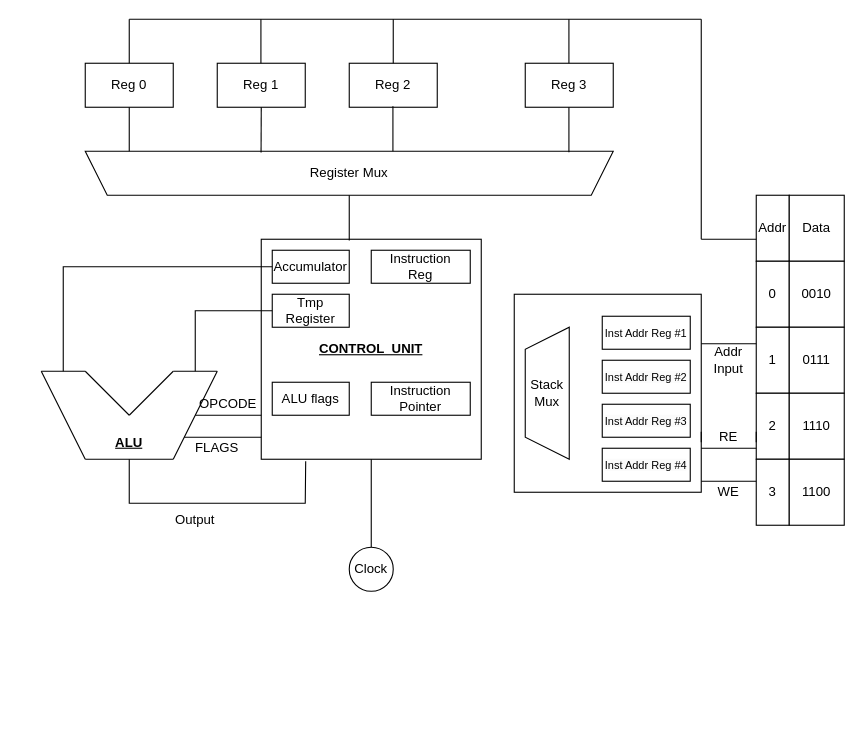
Before: Untitled Diagram.drawio in raghunadh-111/nibbler-cpu-sv, a draw.io diagram. Source tidied: cells renumbered, new cells numbered last; positions are measured from the earlier drawing's top-left corner, leaving out a move shared by most shapes. Both pictures are drawn from the tidied source at 110%, with x=0, y=0 at pixel (41, 19).
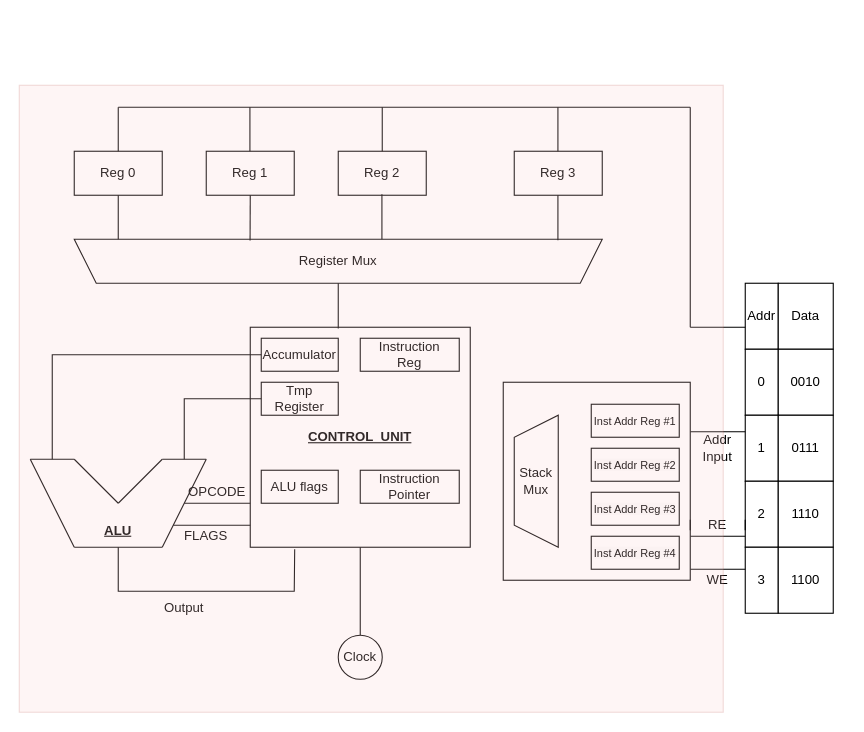
Above is the later version.

Unchanged cells that the change refers to:
```xml
<mxCell id="44" style="rounded=0;whiteSpace=wrap;html=1;" parent="43" vertex="1">
  <mxGeometry x="-10" y="-20" width="170" height="180" as="geometry" />
</mxCell>
```

Change to the diagram source:
```diff
@@
+    <mxCell id="68" style="group;" parent="1" vertex="1">
+      <mxGeometry x="-10" y="80" width="730" height="530" as="geometry" />
+    </mxCell>
+    <mxCell id="18" value="Addr" style="rounded=0;whiteSpace=wrap;html=1;" parent="68" vertex="1">
+      <mxGeometry x="650" y="160" width="30" height="60" as="geometry" />
+    </mxCell>
+    <mxCell id="19" value="Data" style="rounded=0;whiteSpace=wrap;html=1;" parent="68" vertex="1">
+      <mxGeometry x="680" y="160" width="50" height="60" as="geometry" />
+    </mxCell>
+    <mxCell id="20" value="0" style="rounded=0;whiteSpace=wrap;html=1;" parent="68" vertex="1">
+      <mxGeometry x="650" y="220" width="30" height="60" as="geometry" />
+    </mxCell>
+    <mxCell id="21" value="0010" style="rounded=0;whiteSpace=wrap;html=1;" parent="68" vertex="1">
+      <mxGeometry x="680" y="220" width="50" height="60" as="geometry" />
+    </mxCell>
+    <mxCell id="22" value="1" style="rounded=0;whiteSpace=wrap;html=1;" parent="68" vertex="1">
+      <mxGeometry x="650" y="280" width="30" height="60" as="geometry" />
+    </mxCell>
+    <mxCell id="23" value="0111" style="rounded=0;whiteSpace=wrap;html=1;" parent="68" vertex="1">
+      <mxGeometry x="680" y="280" width="50" height="60" as="geometry" />
+    </mxCell>
+    <mxCell id="24" value="2" style="rounded=0;whiteSpace=wrap;html=1;" parent="68" vertex="1">
+      <mxGeometry x="650" y="340" width="30" height="60" as="geometry" />
+    </mxCell>
+    <mxCell id="25" value="1110" style="rounded=0;whiteSpace=wrap;html=1;" parent="68" vertex="1">
+      <mxGeometry x="680" y="340" width="50" height="60" as="geometry" />
+    </mxCell>
+    <mxCell id="26" value="3" style="rounded=0;whiteSpace=wrap;html=1;" parent="68" vertex="1">
+      <mxGeometry x="650" y="400" width="30" height="60" as="geometry" />
+    </mxCell>
+    <mxCell id="27" value="1100" style="rounded=0;whiteSpace=wrap;html=1;" parent="68" vertex="1">
+      <mxGeometry x="680" y="400" width="50" height="60" as="geometry" />
+    </mxCell>
+    <mxCell id="50" style="endArrow=none;html=1;rounded=0;exitX=1;exitY=0.25;exitDx=0;exitDy=0;entryX=0;entryY=0.25;entryDx=0;entryDy=0;" parent="68" edge="1" source="44" target="22">
+      <mxGeometry relative="1" as="geometry" />
+    </mxCell>
+    <mxCell id="51" style="endArrow=none;html=1;rounded=0;exitX=1;exitY=0.25;exitDx=0;exitDy=0;entryX=0;entryY=0.25;entryDx=0;entryDy=0;" parent="68" edge="1">
+      <mxGeometry relative="1" as="geometry">
+        <mxPoint x="600" y="420" as="sourcePoint" />
+        <mxPoint x="650" y="420" as="targetPoint" />
+      </mxGeometry>
+    </mxCell>
+    <mxCell id="52" style="endArrow=none;html=1;rounded=0;exitX=1;exitY=0.25;exitDx=0;exitDy=0;entryX=0;entryY=0.25;entryDx=0;entryDy=0;" parent="68" edge="1" source="55">
+      <mxGeometry relative="1" as="geometry">
+        <mxPoint x="650" y="384.6" as="targetPoint" />
+      </mxGeometry>
+    </mxCell>
+    <mxCell id="53" value="WE" style="text;html=1;align=center;verticalAlign=middle;whiteSpace=wrap;rounded=0;" parent="68" vertex="1">
+      <mxGeometry x="605" y="420" width="40" height="20" as="geometry" />
+    </mxCell>
+    <mxCell id="55" value="RE" style="text;html=1;align=center;verticalAlign=middle;whiteSpace=wrap;rounded=0;" parent="68" vertex="1">
+      <mxGeometry x="600" y="370" width="50" height="20" as="geometry" />
+    </mxCell>
+    <mxCell id="56" style="endArrow=none;html=1;rounded=0;exitX=1;exitY=0.25;exitDx=0;exitDy=0;entryX=0;entryY=0.25;entryDx=0;entryDy=0;" parent="68" edge="1">
+      <mxGeometry relative="1" as="geometry">
+        <mxPoint x="600" y="390" as="sourcePoint" />
+        <mxPoint x="650" y="390" as="targetPoint" />
+      </mxGeometry>
+    </mxCell>
+    <mxCell id="57" value="Addr Input" style="text;html=1;align=center;verticalAlign=middle;whiteSpace=wrap;rounded=0;" parent="68" vertex="1">
+      <mxGeometry x="600" y="300" width="50" height="20" as="geometry" />
+    </mxCell>
+    <mxCell id="60" style="endArrow=none;html=1;rounded=0;" parent="68" edge="1">
+      <mxGeometry relative="1" as="geometry">
+        <mxPoint x="600" y="200" as="sourcePoint" />
+        <mxPoint x="650" y="200" as="targetPoint" />
+      </mxGeometry>
+    </mxCell>
+    <mxCell id="69" style="group;" parent="68" vertex="1">
+      <mxGeometry width="640" height="530" as="geometry" />
+    </mxCell>
-    <mxCell id="2" value="Reg 0" style="rounded=0;whiteSpace=wrap;html=1;" parent="1" vertex="1">
+    <mxCell id="2" value="Reg 0" style="rounded=0;whiteSpace=wrap;html=1;" parent="69" vertex="1">
       <mxGeometry x="40" y="40" width="80" height="40" as="geometry" />
     </mxCell>
-    <mxCell id="3" value="Reg 1" style="rounded=0;whiteSpace=wrap;html=1;" parent="1" vertex="1">
+    <mxCell id="3" value="Reg 1" style="rounded=0;whiteSpace=wrap;html=1;" parent="69" vertex="1">
       <mxGeometry x="160" y="40" width="80" height="40" as="geometry" />
     </mxCell>
-    <mxCell id="4" value="Reg 2" style="rounded=0;whiteSpace=wrap;html=1;" parent="1" vertex="1">
+    <mxCell id="4" value="Reg 2" style="rounded=0;whiteSpace=wrap;html=1;" parent="69" vertex="1">
       <mxGeometry x="280" y="40" width="80" height="40" as="geometry" />
     </mxCell>
-    <mxCell id="5" value="Reg 3" style="rounded=0;whiteSpace=wrap;html=1;" parent="1" vertex="1">
+    <mxCell id="5" value="Reg 3" style="rounded=0;whiteSpace=wrap;html=1;" parent="69" vertex="1">
       <mxGeometry x="440" y="40" width="80" height="40" as="geometry" />
     </mxCell>
-    <mxCell id="6" value="Register Mux" style="shape=trapezoid;perimeter=trapezoidPerimeter;whiteSpace=wrap;html=1;fixedSize=1;direction=west;" parent="1" vertex="1">
+    <mxCell id="6" value="Register Mux" style="shape=trapezoid;perimeter=trapezoidPerimeter;whiteSpace=wrap;html=1;fixedSize=1;direction=west;" parent="69" vertex="1">
       <mxGeometry x="40" y="120" width="480" height="40" as="geometry" />
     </mxCell>
-    <mxCell id="7" style="endArrow=none;html=1;rounded=0;entryX=0.5;entryY=1;entryDx=0;entryDy=0;" parent="1" edge="1" target="2">
+    <mxCell id="7" style="endArrow=none;html=1;rounded=0;entryX=0.5;entryY=1;entryDx=0;entryDy=0;" parent="69" edge="1" target="2">
       <mxGeometry relative="1" as="geometry">
         <mxPoint x="80" y="120" as="sourcePoint" />
       </mxGeometry>
     </mxCell>
-    <mxCell id="8" style="endArrow=none;html=1;rounded=0;exitX=0.667;exitY=0.972;exitDx=0;exitDy=0;exitPerimeter=0;" parent="1" edge="1" source="6">
+    <mxCell id="8" style="endArrow=none;html=1;rounded=0;exitX=0.667;exitY=0.972;exitDx=0;exitDy=0;exitPerimeter=0;" parent="69" edge="1" source="6">
       <mxGeometry relative="1" as="geometry">
         <mxPoint x="200" y="80" as="targetPoint" />
       </mxGeometry>
     </mxCell>
-    <mxCell id="9" style="endArrow=none;html=1;rounded=0;exitX=0.667;exitY=0.972;exitDx=0;exitDy=0;exitPerimeter=0;" parent="1" edge="1">
+    <mxCell id="9" style="endArrow=none;html=1;rounded=0;exitX=0.667;exitY=0.972;exitDx=0;exitDy=0;exitPerimeter=0;" parent="69" edge="1">
       <mxGeometry relative="1" as="geometry">
         <mxPoint x="319.7" y="120" as="sourcePoint" />
         <mxPoint x="319.7" y="79" as="targetPoint" />
       </mxGeometry>
     </mxCell>
-    <mxCell id="10" style="endArrow=none;html=1;rounded=0;exitX=0.667;exitY=0.972;exitDx=0;exitDy=0;exitPerimeter=0;" parent="1" edge="1">
+    <mxCell id="10" style="endArrow=none;html=1;rounded=0;exitX=0.667;exitY=0.972;exitDx=0;exitDy=0;exitPerimeter=0;" parent="69" edge="1">
       <mxGeometry relative="1" as="geometry">
         <mxPoint x="479.7" y="121" as="sourcePoint" />
         <mxPoint x="479.7" y="80" as="targetPoint" />
       </mxGeometry>
     </mxCell>
-    <mxCell id="11" value="&lt;b&gt;&lt;u&gt;CONTROL&amp;nbsp; UNIT&lt;/u&gt;&lt;/b&gt;" style="whiteSpace=wrap;html=1;" parent="1" vertex="1">
+    <mxCell id="11" value="&lt;b&gt;&lt;u&gt;CONTROL&amp;nbsp; UNIT&lt;/u&gt;&lt;/b&gt;" style="whiteSpace=wrap;html=1;" parent="69" vertex="1">
       <mxGeometry x="200" y="200" width="200" height="200" as="geometry" />
     </mxCell>
-    <mxCell id="12" value="Accumulator" style="rounded=0;whiteSpace=wrap;html=1;" parent="1" vertex="1">
+    <mxCell id="12" value="Accumulator" style="rounded=0;whiteSpace=wrap;html=1;" parent="69" vertex="1">
       <mxGeometry x="210" y="210" width="70" height="30" as="geometry" />
     </mxCell>
-    <mxCell id="13" value="Tmp Register" style="rounded=0;whiteSpace=wrap;html=1;" parent="1" vertex="1">
+    <mxCell id="13" value="Tmp Register" style="rounded=0;whiteSpace=wrap;html=1;" parent="69" vertex="1">
       <mxGeometry x="210" y="250" width="70" height="30" as="geometry" />
     </mxCell>
-    <mxCell id="14" value="ALU flags" style="rounded=0;whiteSpace=wrap;html=1;" parent="1" vertex="1">
+    <mxCell id="14" value="ALU flags" style="rounded=0;whiteSpace=wrap;html=1;" parent="69" vertex="1">
       <mxGeometry x="210" y="330" width="70" height="30" as="geometry" />
     </mxCell>
-    <mxCell id="15" value="Instruction&lt;div&gt;Reg&lt;/div&gt;" style="rounded=0;whiteSpace=wrap;html=1;" parent="1" vertex="1">
+    <mxCell id="15" value="Instruction&lt;div&gt;Reg&lt;/div&gt;" style="rounded=0;whiteSpace=wrap;html=1;" parent="69" vertex="1">
       <mxGeometry x="300" y="210" width="90" height="30" as="geometry" />
     </mxCell>
-    <mxCell id="16" value="Instruction Pointer" style="rounded=0;whiteSpace=wrap;html=1;" parent="1" vertex="1">
+    <mxCell id="16" value="Instruction Pointer" style="rounded=0;whiteSpace=wrap;html=1;" parent="69" vertex="1">
       <mxGeometry x="300" y="330" width="90" height="30" as="geometry" />
     </mxCell>
-    <mxCell id="17" style="endArrow=none;html=1;rounded=0;exitX=0.2;exitY=0.006;exitDx=0;exitDy=0;exitPerimeter=0;" parent="1" edge="1">
+    <mxCell id="17" style="endArrow=none;html=1;rounded=0;exitX=0.2;exitY=0.006;exitDx=0;exitDy=0;exitPerimeter=0;" parent="69" edge="1">
       <mxGeometry relative="1" as="geometry">
         <mxPoint x="280" y="201.2" as="sourcePoint" />
         <mxPoint x="280" y="160" as="targetPoint" />
       </mxGeometry>
     </mxCell>
-    <mxCell id="18" value="Addr" style="rounded=0;whiteSpace=wrap;html=1;" parent="1" vertex="1">
-      <mxGeometry x="650" y="160" width="30" height="60" as="geometry" />
-    </mxCell>
-    <mxCell id="19" value="Data" style="rounded=0;whiteSpace=wrap;html=1;" parent="1" vertex="1">
-      <mxGeometry x="680" y="160" width="50" height="60" as="geometry" />
-    </mxCell>
-    <mxCell id="20" value="0" style="rounded=0;whiteSpace=wrap;html=1;" parent="1" vertex="1">
-      <mxGeometry x="650" y="220" width="30" height="60" as="geometry" />
-    </mxCell>
-    <mxCell id="21" value="0010" style="rounded=0;whiteSpace=wrap;html=1;" parent="1" vertex="1">
-      <mxGeometry x="680" y="220" width="50" height="60" as="geometry" />
-    </mxCell>
-    <mxCell id="22" value="1" style="rounded=0;whiteSpace=wrap;html=1;" parent="1" vertex="1">
-      <mxGeometry x="650" y="280" width="30" height="60" as="geometry" />
-    </mxCell>
-    <mxCell id="23" value="0111" style="rounded=0;whiteSpace=wrap;html=1;" parent="1" vertex="1">
-      <mxGeometry x="680" y="280" width="50" height="60" as="geometry" />
-    </mxCell>
-    <mxCell id="24" value="2" style="rounded=0;whiteSpace=wrap;html=1;" parent="1" vertex="1">
-      <mxGeometry x="650" y="340" width="30" height="60" as="geometry" />
-    </mxCell>
-    <mxCell id="25" value="1110" style="rounded=0;whiteSpace=wrap;html=1;" parent="1" vertex="1">
-      <mxGeometry x="680" y="340" width="50" height="60" as="geometry" />
-    </mxCell>
-    <mxCell id="26" value="3" style="rounded=0;whiteSpace=wrap;html=1;" parent="1" vertex="1">
-      <mxGeometry x="650" y="400" width="30" height="60" as="geometry" />
-    </mxCell>
-    <mxCell id="27" value="1100" style="rounded=0;whiteSpace=wrap;html=1;" parent="1" vertex="1">
-      <mxGeometry x="680" y="400" width="50" height="60" as="geometry" />
-    </mxCell>
-    <mxCell id="28" style="endArrow=none;html=1;rounded=0;" parent="1" edge="1">
+    <mxCell id="28" style="endArrow=none;html=1;rounded=0;" parent="69" edge="1">
       <mxGeometry relative="1" as="geometry">
         <mxPoint x="40" y="400" as="sourcePoint" />
         <mxPoint y="320" as="targetPoint" />
       </mxGeometry>
     </mxCell>
-    <mxCell id="29" style="endArrow=none;html=1;rounded=0;" parent="1" edge="1">
+    <mxCell id="29" style="endArrow=none;html=1;rounded=0;" parent="69" edge="1">
       <mxGeometry relative="1" as="geometry">
         <mxPoint x="120" y="400" as="sourcePoint" />
         <mxPoint x="160" y="320" as="targetPoint" />
       </mxGeometry>
     </mxCell>
-    <mxCell id="30" style="endArrow=none;html=1;rounded=0;" parent="1" edge="1">
+    <mxCell id="30" style="endArrow=none;html=1;rounded=0;" parent="69" edge="1">
       <mxGeometry relative="1" as="geometry">
         <mxPoint y="320" as="sourcePoint" />
         <mxPoint x="40" y="320" as="targetPoint" />
       </mxGeometry>
     </mxCell>
-    <mxCell id="31" style="endArrow=none;html=1;rounded=0;" parent="1" edge="1">
+    <mxCell id="31" style="endArrow=none;html=1;rounded=0;" parent="69" edge="1">
       <mxGeometry relative="1" as="geometry">
         <mxPoint x="40" y="400" as="sourcePoint" />
         <mxPoint x="120" y="400" as="targetPoint" />
       </mxGeometry>
     </mxCell>
-    <mxCell id="32" style="endArrow=none;html=1;rounded=0;" parent="1" edge="1">
+    <mxCell id="32" style="endArrow=none;html=1;rounded=0;" parent="69" edge="1">
       <mxGeometry relative="1" as="geometry">
         <mxPoint x="120" y="320" as="sourcePoint" />
         <mxPoint x="160" y="320" as="targetPoint" />
       </mxGeometry>
     </mxCell>
-    <mxCell id="33" style="endArrow=none;html=1;rounded=0;" parent="1" edge="1">
+    <mxCell id="33" style="endArrow=none;html=1;rounded=0;" parent="69" edge="1">
       <mxGeometry relative="1" as="geometry">
         <mxPoint x="80" y="360" as="sourcePoint" />
         <mxPoint x="40" y="320" as="targetPoint" />
       </mxGeometry>
     </mxCell>
-    <mxCell id="34" style="endArrow=none;html=1;rounded=0;" parent="1" edge="1">
+    <mxCell id="34" style="endArrow=none;html=1;rounded=0;" parent="69" edge="1">
       <mxGeometry relative="1" as="geometry">
         <mxPoint x="80" y="360" as="sourcePoint" />
         <mxPoint x="120" y="320" as="targetPoint" />
       </mxGeometry>
     </mxCell>
-    <mxCell id="35" value="&lt;b&gt;&lt;u&gt;ALU&lt;/u&gt;&lt;/b&gt;" style="text;html=1;align=center;verticalAlign=middle;whiteSpace=wrap;rounded=0;" parent="1" vertex="1">
+    <mxCell id="35" value="&lt;b&gt;&lt;u&gt;ALU&lt;/u&gt;&lt;/b&gt;" style="text;html=1;align=center;verticalAlign=middle;whiteSpace=wrap;rounded=0;" parent="69" vertex="1">
       <mxGeometry x="50" y="370" width="60" height="30" as="geometry" />
     </mxCell>
-    <mxCell id="36" value="Clock" style="ellipse;whiteSpace=wrap;html=1;" parent="1" vertex="1">
+    <mxCell id="36" value="Clock" style="ellipse;whiteSpace=wrap;html=1;" parent="69" vertex="1">
       <mxGeometry x="280" y="480" width="40" height="40" as="geometry" />
     </mxCell>
-    <mxCell id="37" style="endArrow=none;html=1;rounded=0;" parent="1" edge="1">
+    <mxCell id="37" style="endArrow=none;html=1;rounded=0;" parent="69" edge="1">
       <mxGeometry relative="1" as="geometry">
         <mxPoint x="130" y="380" as="sourcePoint" />
         <mxPoint x="200" y="380" as="targetPoint" />
       </mxGeometry>
     </mxCell>
-    <mxCell id="38" style="endArrow=none;html=1;rounded=0;" parent="1" edge="1">
+    <mxCell id="38" style="endArrow=none;html=1;rounded=0;" parent="69" edge="1">
       <mxGeometry relative="1" as="geometry">
         <mxPoint x="140" y="360" as="sourcePoint" />
         <mxPoint x="200" y="360" as="targetPoint" />
       </mxGeometry>
     </mxCell>
-    <mxCell id="39" style="endArrow=none;html=1;rounded=0;exitX=0.202;exitY=1.009;exitDx=0;exitDy=0;exitPerimeter=0;" parent="1" edge="1" source="11">
+    <mxCell id="39" style="endArrow=none;html=1;rounded=0;exitX=0.202;exitY=1.009;exitDx=0;exitDy=0;exitPerimeter=0;" parent="69" edge="1" source="11">
       <mxGeometry relative="1" as="geometry">
         <mxPoint x="80" y="400" as="targetPoint" />
         <Array as="points">
           <mxPoint x="240" y="440" />
           <mxPoint x="190" y="440" />
           <mxPoint x="80" y="440" />
         </Array>
       </mxGeometry>
     </mxCell>
-    <mxCell id="40" style="endArrow=none;html=1;rounded=0;entryX=0;entryY=0.5;entryDx=0;entryDy=0;" parent="1" edge="1" target="12">
+    <mxCell id="40" style="endArrow=none;html=1;rounded=0;entryX=0;entryY=0.5;entryDx=0;entryDy=0;" parent="69" edge="1" target="12">
       <mxGeometry relative="1" as="geometry">
         <mxPoint x="20" y="320" as="sourcePoint" />
         <Array as="points">
           <mxPoint x="20" y="225" />
         </Array>
       </mxGeometry>
     </mxCell>
-    <mxCell id="41" style="endArrow=none;html=1;rounded=0;entryX=0;entryY=0.5;entryDx=0;entryDy=0;" parent="1" edge="1" target="13">
+    <mxCell id="41" style="endArrow=none;html=1;rounded=0;entryX=0;entryY=0.5;entryDx=0;entryDy=0;" parent="69" edge="1" target="13">
       <mxGeometry relative="1" as="geometry">
         <mxPoint x="140" y="320" as="sourcePoint" />
         <Array as="points">
           <mxPoint x="140" y="265" />
         </Array>
       </mxGeometry>
     </mxCell>
-    <mxCell id="42" value="Output" style="text;html=1;align=center;verticalAlign=middle;whiteSpace=wrap;rounded=0;" parent="1" vertex="1">
+    <mxCell id="42" value="Output" style="text;html=1;align=center;verticalAlign=middle;whiteSpace=wrap;rounded=0;" parent="69" vertex="1">
       <mxGeometry x="110" y="440" width="60" height="30" as="geometry" />
     </mxCell>
-    <mxCell id="43" style="group;" parent="1" vertex="1">
-      <mxGeometry x="440" y="270" width="160" height="160" as="geometry" />
+    <mxCell id="43" style="group;" parent="69" vertex="1">
+      <mxGeometry x="440" y="270" width="200" height="260" as="geometry" />
     </mxCell>
@@
-    <mxCell id="50" style="endArrow=none;html=1;rounded=0;exitX=1;exitY=0.25;exitDx=0;exitDy=0;entryX=0;entryY=0.25;entryDx=0;entryDy=0;" parent="1" edge="1" source="44" target="22">
-      <mxGeometry relative="1" as="geometry" />
-    </mxCell>
-    <mxCell id="51" style="endArrow=none;html=1;rounded=0;exitX=1;exitY=0.25;exitDx=0;exitDy=0;entryX=0;entryY=0.25;entryDx=0;entryDy=0;" parent="1" edge="1">
-      <mxGeometry relative="1" as="geometry">
-        <mxPoint x="600" y="420" as="sourcePoint" />
-        <mxPoint x="650" y="420" as="targetPoint" />
-      </mxGeometry>
-    </mxCell>
-    <mxCell id="52" style="endArrow=none;html=1;rounded=0;exitX=1;exitY=0.25;exitDx=0;exitDy=0;entryX=0;entryY=0.25;entryDx=0;entryDy=0;" parent="1" edge="1" source="55">
-      <mxGeometry relative="1" as="geometry">
-        <mxPoint x="650" y="384.6" as="targetPoint" />
-      </mxGeometry>
-    </mxCell>
-    <mxCell id="53" value="WE" style="text;html=1;align=center;verticalAlign=middle;whiteSpace=wrap;rounded=0;" parent="1" vertex="1">
-      <mxGeometry x="605" y="420" width="40" height="20" as="geometry" />
-    </mxCell>
-    <mxCell id="54" style="endArrow=none;html=1;rounded=0;exitX=1;exitY=0.25;exitDx=0;exitDy=0;entryX=0;entryY=0.25;entryDx=0;entryDy=0;" parent="1" edge="1" target="55">
+    <mxCell id="54" style="endArrow=none;html=1;rounded=0;exitX=1;exitY=0.25;exitDx=0;exitDy=0;entryX=0;entryY=0.25;entryDx=0;entryDy=0;" parent="69" edge="1" target="55">
       <mxGeometry relative="1" as="geometry">
         <mxPoint x="600" y="384.6" as="sourcePoint" />
       </mxGeometry>
     </mxCell>
-    <mxCell id="55" value="RE" style="text;html=1;align=center;verticalAlign=middle;whiteSpace=wrap;rounded=0;" parent="1" vertex="1">
-      <mxGeometry x="600" y="370" width="50" height="20" as="geometry" />
-    </mxCell>
-    <mxCell id="56" style="endArrow=none;html=1;rounded=0;exitX=1;exitY=0.25;exitDx=0;exitDy=0;entryX=0;entryY=0.25;entryDx=0;entryDy=0;" parent="1" edge="1">
-      <mxGeometry relative="1" as="geometry">
-        <mxPoint x="600" y="390" as="sourcePoint" />
-        <mxPoint x="650" y="390" as="targetPoint" />
-      </mxGeometry>
-    </mxCell>
-    <mxCell id="57" value="Addr Input" style="text;html=1;align=center;verticalAlign=middle;whiteSpace=wrap;rounded=0;" parent="1" vertex="1">
-      <mxGeometry x="600" y="300" width="50" height="20" as="geometry" />
-    </mxCell>
-    <mxCell id="58" style="endArrow=none;html=1;rounded=0;jumpSize=14;" parent="1" edge="1">
+    <mxCell id="58" style="endArrow=none;html=1;rounded=0;jumpSize=14;" parent="69" edge="1">
       <mxGeometry relative="1" as="geometry">
         <mxPoint x="80" as="sourcePoint" />
         <mxPoint x="600" as="targetPoint" />
       </mxGeometry>
     </mxCell>
-    <mxCell id="59" style="endArrow=none;html=1;rounded=0;" parent="1" edge="1">
+    <mxCell id="59" style="endArrow=none;html=1;rounded=0;" parent="69" edge="1">
       <mxGeometry relative="1" as="geometry">
         <mxPoint x="600" y="200" as="sourcePoint" />
         <mxPoint x="600" as="targetPoint" />
       </mxGeometry>
     </mxCell>
-    <mxCell id="60" style="endArrow=none;html=1;rounded=0;" parent="1" edge="1">
-      <mxGeometry relative="1" as="geometry">
-        <mxPoint x="600" y="200" as="sourcePoint" />
-        <mxPoint x="650" y="200" as="targetPoint" />
-      </mxGeometry>
-    </mxCell>
-    <mxCell id="61" style="endArrow=none;html=1;rounded=0;" parent="1" edge="1">
+    <mxCell id="61" style="endArrow=none;html=1;rounded=0;" parent="69" edge="1">
       <mxGeometry relative="1" as="geometry">
         <mxPoint x="80" y="40" as="sourcePoint" />
         <mxPoint x="80" as="targetPoint" />
       </mxGeometry>
     </mxCell>
-    <mxCell id="62" style="endArrow=none;html=1;rounded=0;" parent="1" edge="1">
+    <mxCell id="62" style="endArrow=none;html=1;rounded=0;" parent="69" edge="1">
       <mxGeometry relative="1" as="geometry">
         <mxPoint x="199.7" y="40" as="sourcePoint" />
         <mxPoint x="199.7" as="targetPoint" />
       </mxGeometry>
     </mxCell>
-    <mxCell id="63" style="endArrow=none;html=1;rounded=0;" parent="1" edge="1">
+    <mxCell id="63" style="endArrow=none;html=1;rounded=0;" parent="69" edge="1">
       <mxGeometry relative="1" as="geometry">
         <mxPoint x="320" y="40" as="sourcePoint" />
         <mxPoint x="320" as="targetPoint" />
       </mxGeometry>
     </mxCell>
-    <mxCell id="64" style="endArrow=none;html=1;rounded=0;" parent="1" edge="1">
+    <mxCell id="64" style="endArrow=none;html=1;rounded=0;" parent="69" edge="1">
       <mxGeometry relative="1" as="geometry">
         <mxPoint x="479.7" y="40" as="sourcePoint" />
         <mxPoint x="479.7" as="targetPoint" />
       </mxGeometry>
     </mxCell>
-    <mxCell id="65" value="OPCODE" style="text;html=1;align=center;verticalAlign=middle;whiteSpace=wrap;rounded=0;" parent="1" vertex="1">
+    <mxCell id="65" value="OPCODE" style="text;html=1;align=center;verticalAlign=middle;whiteSpace=wrap;rounded=0;" parent="69" vertex="1">
       <mxGeometry x="150" y="340" width="40" height="20" as="geometry" />
     </mxCell>
-    <mxCell id="66" value="FLAGS" style="text;html=1;align=center;verticalAlign=middle;whiteSpace=wrap;rounded=0;" parent="1" vertex="1">
+    <mxCell id="66" value="FLAGS" style="text;html=1;align=center;verticalAlign=middle;whiteSpace=wrap;rounded=0;" parent="69" vertex="1">
       <mxGeometry x="140" y="380" width="40" height="20" as="geometry" />
     </mxCell>
-    <mxCell id="67" style="endArrow=none;html=1;rounded=0;exitX=0.5;exitY=0;exitDx=0;exitDy=0;" parent="1" edge="1" source="36">
+    <mxCell id="67" style="endArrow=none;html=1;rounded=0;exitX=0.5;exitY=0;exitDx=0;exitDy=0;" parent="69" edge="1" source="36">
       <mxGeometry relative="1" as="geometry">
         <mxPoint x="300" y="400" as="targetPoint" />
       </mxGeometry>
     </mxCell>
+    <mxCell id="70" style="rounded=0;whiteSpace=wrap;html=1;fillColor=#f8cecc;strokeColor=#b85450;gradientColor=none;opacity=20;" parent="1" vertex="1">
+      <mxGeometry x="-20" y="60" width="640" height="570" as="geometry" />
+    </mxCell>
```
